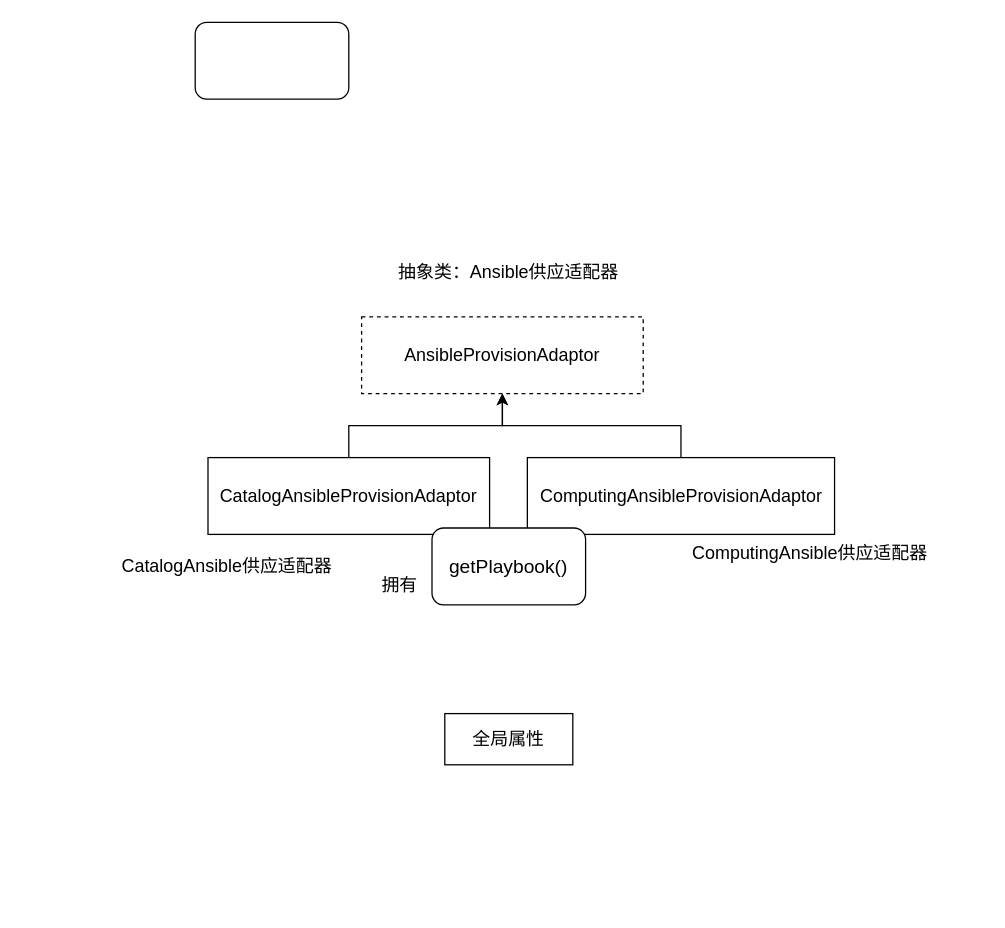
Before: 20250213测试.drawio in TouyamaRie/My_pictures, a draw.io diagram. Source tidied: cells renumbered, new cells numbered last; positions are measured from the earlier drawing's top-left corner, leaving out a move shared by most shapes. Both pictures are drawn from the tidied source at 128%, with x=0, y=0 at pixel (118, 22).
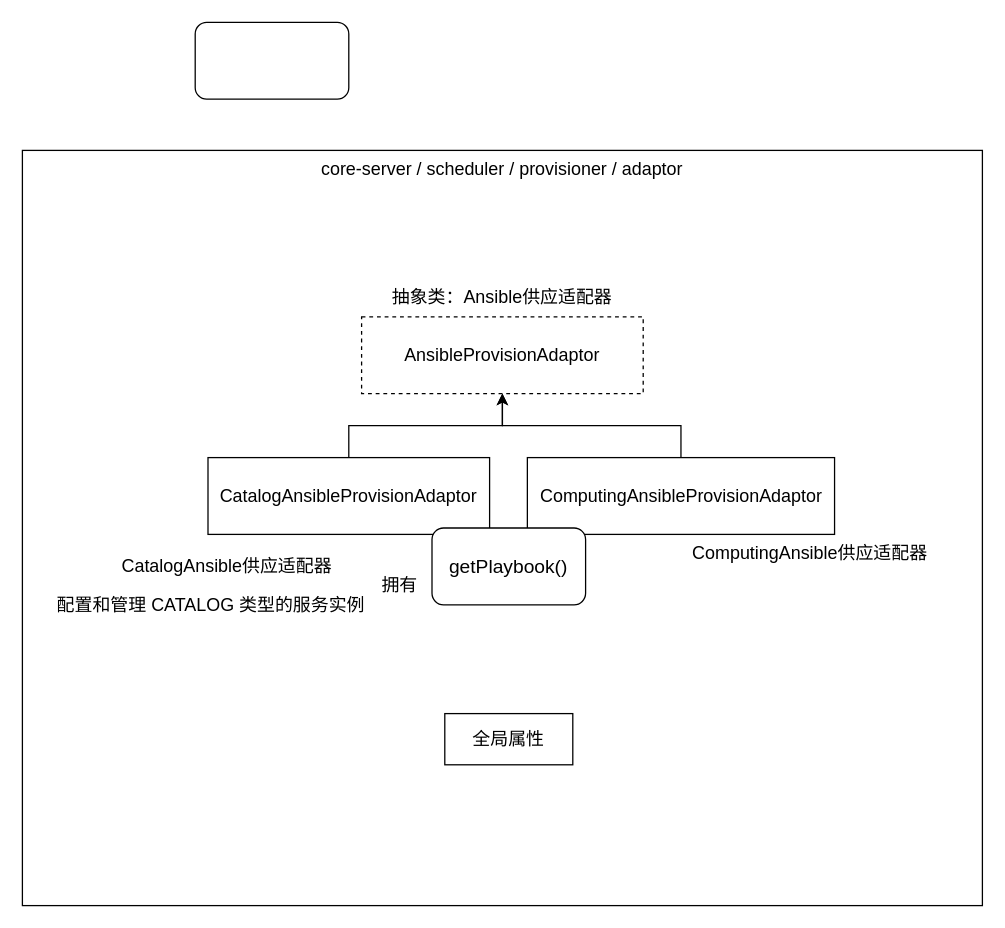
Above is the later version.

What changed in the source:
```diff
@@
 <mxGraphModel>
   <root>
     <mxCell id="0" />
     <mxCell id="1" parent="0" />
+    <mxCell id="14" value="core-server / scheduler / provisioner / adaptor" style="rounded=0;whiteSpace=wrap;html=1;fontSize=14;verticalAlign=top;" parent="1" vertex="1">
+      <mxGeometry x="-75" y="100" width="750" height="590" as="geometry" />
+    </mxCell>
     <mxCell id="2" style="rounded=1;whiteSpace=wrap;html=1;" parent="1" vertex="1">
       <mxGeometry x="60" width="120" height="60" as="geometry" />
     </mxCell>
     <mxCell id="3" value="AnsibleProvisionAdaptor" style="rounded=0;whiteSpace=wrap;html=1;fontSize=14;dashed=1;" parent="1" vertex="1">
       <mxGeometry x="190" y="230" width="220" height="60" as="geometry" />
     </mxCell>
     <mxCell id="4" style="edgeStyle=orthogonalEdgeStyle;rounded=0;jettySize=auto;html=1;" parent="1" edge="1" source="5" target="3">
       <mxGeometry relative="1" as="geometry" />
     </mxCell>
     <mxCell id="5" value="ComputingAnsibleProvisionAdaptor" style="rounded=0;whiteSpace=wrap;html=1;fontSize=14;" parent="1" vertex="1">
       <mxGeometry x="319.5" y="340" width="240" height="60" as="geometry" />
     </mxCell>
     <mxCell id="6" value="&lt;span style=&quot;font-size: 14px;&quot;&gt;CatalogAnsible供应适配器&lt;/span&gt;" style="text;html=1;align=center;verticalAlign=middle;whiteSpace=wrap;rounded=0;" parent="1" vertex="1">
       <mxGeometry y="410" width="170" height="30" as="geometry" />
     </mxCell>
     <mxCell id="7" value="&lt;span style=&quot;font-size: 14px;&quot;&gt;Computing&lt;/span&gt;&lt;span style=&quot;font-size: 14px;&quot;&gt;Ansible供应适配器&lt;/span&gt;" style="text;html=1;align=center;verticalAlign=middle;whiteSpace=wrap;rounded=0;" parent="1" vertex="1">
       <mxGeometry x="440" y="400" width="201" height="30" as="geometry" />
     </mxCell>
     <mxCell id="8" style="edgeStyle=orthogonalEdgeStyle;rounded=0;jettySize=auto;html=1;" parent="1" edge="1" source="9" target="3">
       <mxGeometry relative="1" as="geometry" />
     </mxCell>
     <mxCell id="9" value="CatalogAnsibleProvisionAdaptor" style="rounded=0;whiteSpace=wrap;html=1;fontSize=14;" parent="1" vertex="1">
       <mxGeometry x="70" y="340" width="220" height="60" as="geometry" />
     </mxCell>
     <mxCell id="10" value="&lt;span style=&quot;font-size: 14px;&quot;&gt;抽象类：Ansible供应适配器&lt;/span&gt;" style="text;html=1;align=center;verticalAlign=middle;whiteSpace=wrap;rounded=0;" parent="1" vertex="1">
-      <mxGeometry x="210" y="180" width="190" height="30" as="geometry" />
+      <mxGeometry x="205" y="200" width="190" height="30" as="geometry" />
     </mxCell>
     <mxCell id="11" value="&lt;font style=&quot;font-size: 15px;&quot;&gt;getPlaybook()&lt;/font&gt;" style="rounded=1;whiteSpace=wrap;html=1;" parent="1" vertex="1">
       <mxGeometry x="245" y="395" width="120" height="60" as="geometry" />
     </mxCell>
     <mxCell id="12" value="&lt;span style=&quot;font-size: 14px;&quot;&gt;拥有&lt;/span&gt;" style="text;html=1;align=center;verticalAlign=middle;whiteSpace=wrap;rounded=0;" parent="1" vertex="1">
       <mxGeometry x="195" y="425" width="50" height="30" as="geometry" />
     </mxCell>
     <mxCell id="13" value="全局属性" style="rounded=0;whiteSpace=wrap;html=1;fontSize=14;" parent="1" vertex="1">
       <mxGeometry x="255" y="540" width="100" height="40" as="geometry" />
     </mxCell>
+    <mxCell id="15" value="&lt;span style=&quot;font-size: 14px;&quot;&gt;配置和管理 CATALOG 类型的服务实例&lt;/span&gt;" style="text;html=1;align=center;verticalAlign=middle;whiteSpace=wrap;rounded=0;" parent="1" vertex="1">
+      <mxGeometry x="-65" y="440" width="275" height="30" as="geometry" />
+    </mxCell>
   </root>
 </mxGraphModel>
```
